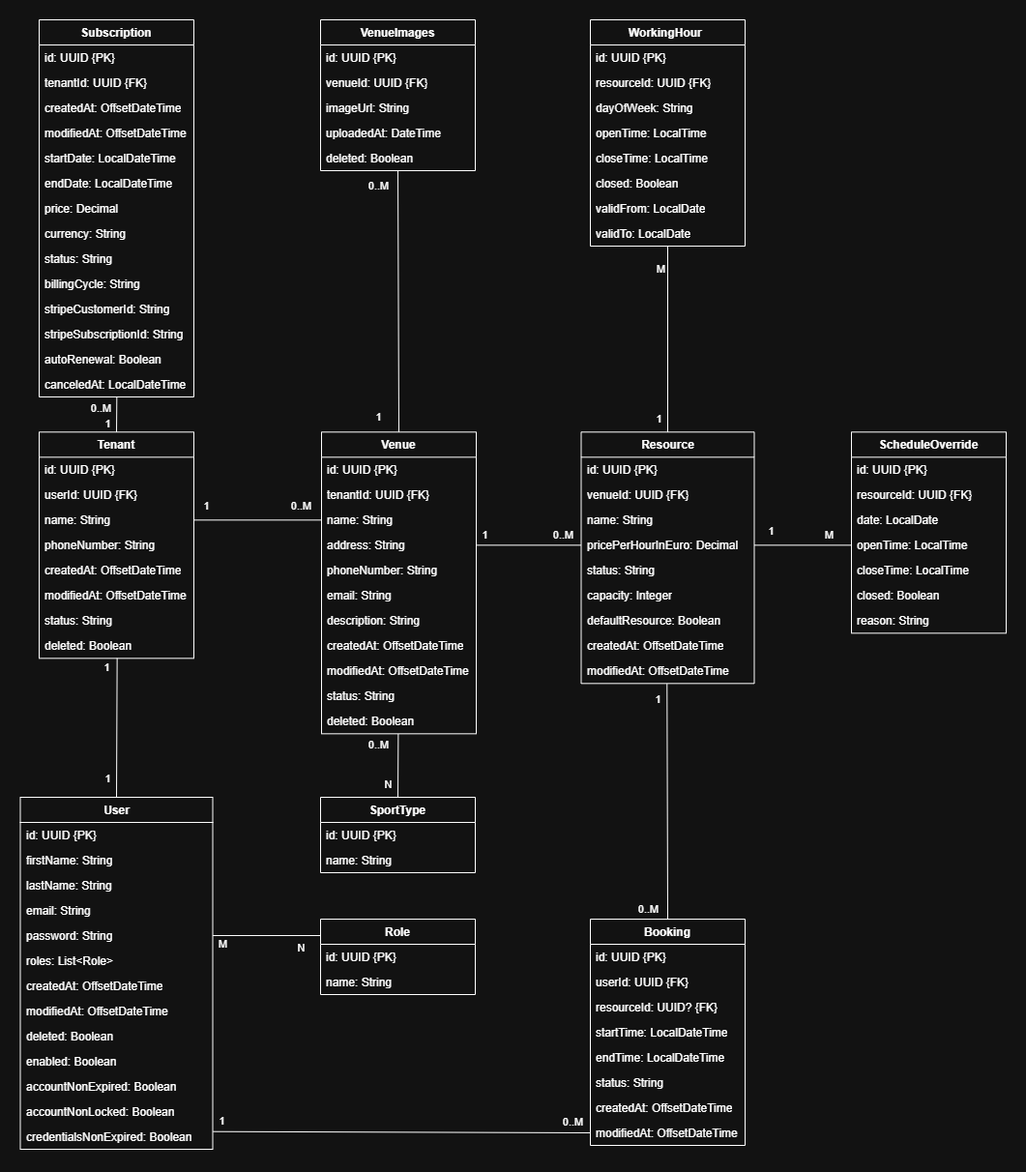
Earlier version of the draw.io export Documents/Class Diagram/Class Diagram.png (Gjxrgj/AtlasSports). Source tidied: cells renumbered, new cells last; positions are measured from the earlier drawing's top-left corner, leaving out a move shared by most shapes.
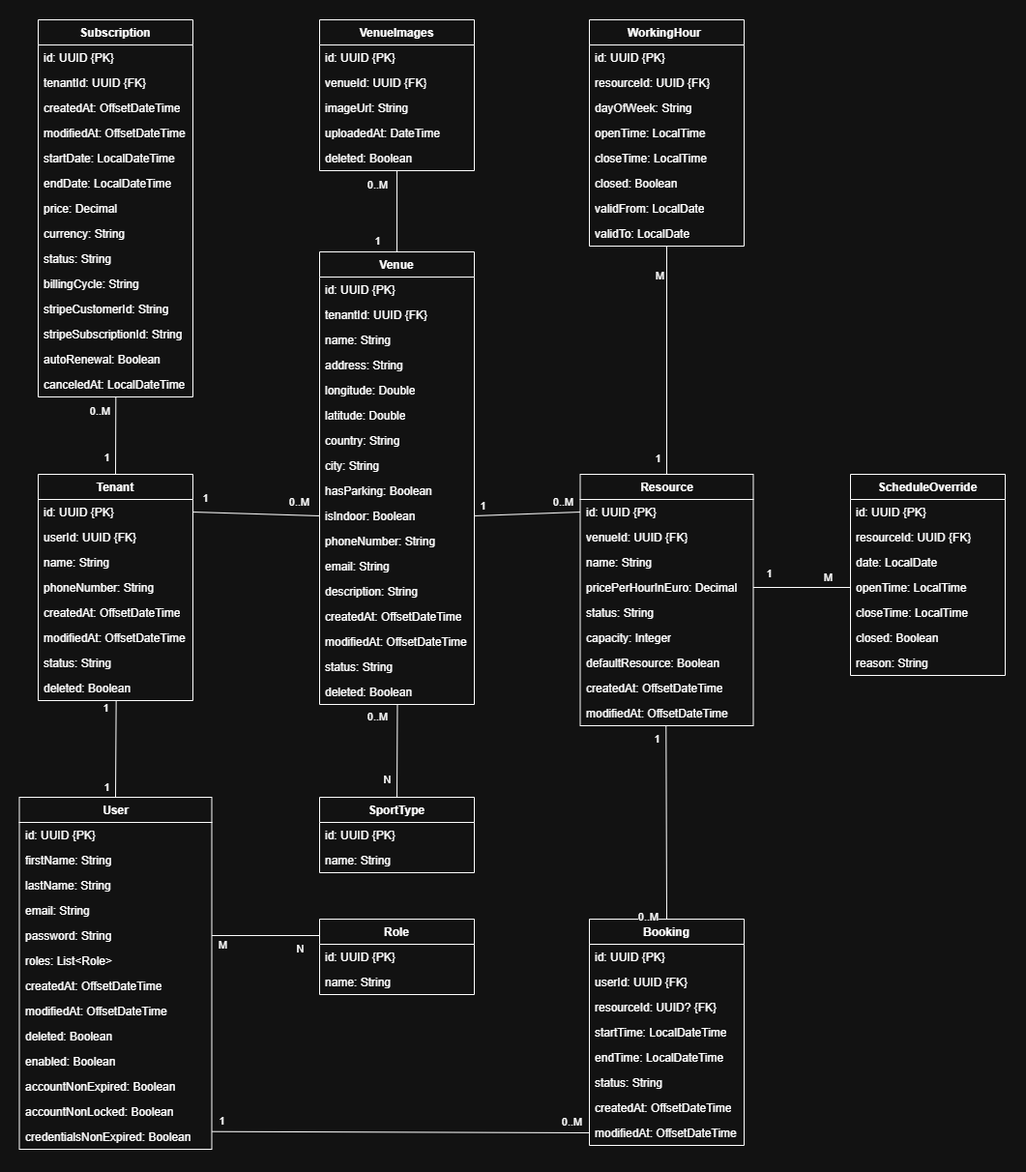
After the change.

Commit message:
[AS-9] - Added the required fields to show venue on map. - Also updated the class diagram

Diff of the diagram source:
```diff
@@ -72,7 +72,7 @@
       <mxGeometry y="208" width="160" height="26" as="geometry" />
     </mxCell>
     <mxCell id="25" value="Tenant" style="swimlane;fontStyle=1;align=center;verticalAlign=top;horizontal=1;startSize=26;whiteSpace=wrap;html=1;" parent="1" vertex="1">
-      <mxGeometry x="20" y="426.3" width="160" height="234" as="geometry" />
+      <mxGeometry x="20" y="470" width="160" height="234" as="geometry" />
     </mxCell>
     <mxCell id="26" value="id: UUID&amp;nbsp;{PK}" style="text;strokeColor=none;fillColor=none;align=left;verticalAlign=top;spacingLeft=4;spacingRight=4;overflow=hidden;points=[[0,0.5],[1,0.5]];portConstraint=eastwest;whiteSpace=wrap;html=1;" parent="25" vertex="1">
       <mxGeometry y="26" width="160" height="26" as="geometry" />
@@ -99,7 +99,7 @@
       <mxGeometry y="208" width="160" height="26" as="geometry" />
     </mxCell>
     <mxCell id="34" value="Venue" style="swimlane;fontStyle=1;align=center;verticalAlign=top;horizontal=1;startSize=26;whiteSpace=wrap;html=1;" parent="1" vertex="1">
-      <mxGeometry x="312" y="426.3" width="160" height="312" as="geometry" />
+      <mxGeometry x="311" y="240" width="160" height="468" as="geometry" />
     </mxCell>
     <mxCell id="35" value="id: UUID&amp;nbsp;{PK}" style="text;strokeColor=none;fillColor=none;align=left;verticalAlign=top;spacingLeft=4;spacingRight=4;overflow=hidden;whiteSpace=wrap;html=1;" parent="34" vertex="1">
       <mxGeometry y="26" width="160" height="26" as="geometry" />
@@ -113,26 +113,44 @@
     <mxCell id="38" value="address: String" style="text;strokeColor=none;fillColor=none;align=left;verticalAlign=top;spacingLeft=4;spacingRight=4;overflow=hidden;points=[[0,0.5],[1,0.5]];portConstraint=eastwest;whiteSpace=wrap;html=1;" parent="34" vertex="1">
       <mxGeometry y="104" width="160" height="26" as="geometry" />
     </mxCell>
+    <mxCell id="133" value="longitude: Double" style="text;strokeColor=none;fillColor=none;align=left;verticalAlign=top;spacingLeft=4;spacingRight=4;overflow=hidden;whiteSpace=wrap;html=1;" parent="34" vertex="1">
+      <mxGeometry y="130" width="160" height="26" as="geometry" />
+    </mxCell>
+    <mxCell id="134" value="latitude: Double" style="text;strokeColor=none;fillColor=none;align=left;verticalAlign=top;spacingLeft=4;spacingRight=4;overflow=hidden;whiteSpace=wrap;html=1;" parent="34" vertex="1">
+      <mxGeometry y="156" width="160" height="26" as="geometry" />
+    </mxCell>
+    <mxCell id="135" value="country: String" style="text;strokeColor=none;fillColor=none;align=left;verticalAlign=top;spacingLeft=4;spacingRight=4;overflow=hidden;whiteSpace=wrap;html=1;" parent="34" vertex="1">
+      <mxGeometry y="182" width="160" height="26" as="geometry" />
+    </mxCell>
+    <mxCell id="136" value="city: String" style="text;strokeColor=none;fillColor=none;align=left;verticalAlign=top;spacingLeft=4;spacingRight=4;overflow=hidden;whiteSpace=wrap;html=1;" parent="34" vertex="1">
+      <mxGeometry y="208" width="160" height="26" as="geometry" />
+    </mxCell>
+    <mxCell id="137" value="hasParking: Boolean" style="text;strokeColor=none;fillColor=none;align=left;verticalAlign=top;spacingLeft=4;spacingRight=4;overflow=hidden;whiteSpace=wrap;html=1;" parent="34" vertex="1">
+      <mxGeometry y="234" width="160" height="26" as="geometry" />
+    </mxCell>
+    <mxCell id="138" value="isIndoor: Boolean" style="text;strokeColor=none;fillColor=none;align=left;verticalAlign=top;spacingLeft=4;spacingRight=4;overflow=hidden;points=[[0,0.5],[1,0.5]];portConstraint=eastwest;whiteSpace=wrap;html=1;" parent="34" vertex="1">
+      <mxGeometry y="260" width="160" height="26" as="geometry" />
+    </mxCell>
     <mxCell id="39" value="phoneNumber: String" style="text;strokeColor=none;fillColor=none;align=left;verticalAlign=top;spacingLeft=4;spacingRight=4;overflow=hidden;whiteSpace=wrap;html=1;" parent="34" vertex="1">
-      <mxGeometry y="130" width="160" height="26" as="geometry" />
+      <mxGeometry y="286" width="160" height="26" as="geometry" />
     </mxCell>
     <mxCell id="40" value="email: String" style="text;strokeColor=none;fillColor=none;align=left;verticalAlign=top;spacingLeft=4;spacingRight=4;overflow=hidden;whiteSpace=wrap;html=1;" parent="34" vertex="1">
-      <mxGeometry y="156" width="160" height="26" as="geometry" />
+      <mxGeometry y="312" width="160" height="26" as="geometry" />
     </mxCell>
     <mxCell id="41" value="description: String" style="text;strokeColor=none;fillColor=none;align=left;verticalAlign=top;spacingLeft=4;spacingRight=4;overflow=hidden;whiteSpace=wrap;html=1;" parent="34" vertex="1">
-      <mxGeometry y="182" width="160" height="26" as="geometry" />
+      <mxGeometry y="338" width="160" height="26" as="geometry" />
     </mxCell>
     <mxCell id="42" value="createdAt: OffsetDateTime" style="text;strokeColor=none;fillColor=none;align=left;verticalAlign=top;spacingLeft=4;spacingRight=4;overflow=hidden;whiteSpace=wrap;html=1;" parent="34" vertex="1">
-      <mxGeometry y="208" width="160" height="26" as="geometry" />
+      <mxGeometry y="364" width="160" height="26" as="geometry" />
     </mxCell>
     <mxCell id="43" value="modifiedAt: OffsetDateTime" style="text;strokeColor=none;fillColor=none;align=left;verticalAlign=top;spacingLeft=4;spacingRight=4;overflow=hidden;whiteSpace=wrap;html=1;" parent="34" vertex="1">
-      <mxGeometry y="234" width="160" height="26" as="geometry" />
+      <mxGeometry y="390" width="160" height="26" as="geometry" />
     </mxCell>
     <mxCell id="44" value="status: String" style="text;strokeColor=none;fillColor=none;align=left;verticalAlign=top;spacingLeft=4;spacingRight=4;overflow=hidden;whiteSpace=wrap;html=1;" parent="34" vertex="1">
-      <mxGeometry y="260" width="160" height="26" as="geometry" />
+      <mxGeometry y="416" width="160" height="26" as="geometry" />
     </mxCell>
     <mxCell id="45" value="deleted: Boolean" style="text;strokeColor=none;fillColor=none;align=left;verticalAlign=top;spacingLeft=4;spacingRight=4;overflow=hidden;points=[[0,0.5],[1,0.5]];portConstraint=eastwest;whiteSpace=wrap;html=1;" parent="34" vertex="1">
-      <mxGeometry y="286" width="160" height="26" as="geometry" />
+      <mxGeometry y="442" width="160" height="26" as="geometry" />
     </mxCell>
     <mxCell id="46" value="Subscription" style="swimlane;fontStyle=1;align=center;verticalAlign=top;horizontal=1;startSize=26;whiteSpace=wrap;html=1;" parent="1" vertex="1">
       <mxGeometry x="20" width="160" height="390" as="geometry" />
@@ -225,7 +243,7 @@
       <mxGeometry y="130" width="160" height="26" as="geometry" />
     </mxCell>
     <mxCell id="76" value="Resource" style="swimlane;fontStyle=1;align=center;verticalAlign=top;horizontal=1;startSize=26;whiteSpace=wrap;html=1;" parent="1" vertex="1">
-      <mxGeometry x="580.5" y="426.3" width="179" height="260" as="geometry" />
+      <mxGeometry x="580.5" y="470" width="179" height="260" as="geometry" />
     </mxCell>
     <mxCell id="77" value="id: UUID&amp;nbsp;{PK}" style="text;strokeColor=none;fillColor=none;align=left;verticalAlign=top;spacingLeft=4;spacingRight=4;overflow=hidden;points=[[0,0.5],[1,0.5]];portConstraint=eastwest;whiteSpace=wrap;html=1;" parent="76" vertex="1">
       <mxGeometry y="26" width="179" height="26" as="geometry" />
@@ -268,15 +286,15 @@
     </mxCell>
     <mxCell id="90" value="1" style="edgeLabel;html=1;align=center;verticalAlign=middle;" parent="89" vertex="1">
       <mxGeometry x="0.88" y="-2" relative="1" as="geometry">
-        <mxPoint x="-19" as="offset" />
+        <mxPoint x="-19" y="-6" as="offset" />
       </mxGeometry>
     </mxCell>
     <mxCell id="91" value="0..M" style="edgeLabel;html=1;align=center;verticalAlign=middle;" parent="89" vertex="1">
       <mxGeometry x="-0.88" relative="1" as="geometry">
-        <mxPoint x="-21" as="offset" />
+        <mxPoint x="-21" y="10" as="offset" />
       </mxGeometry>
     </mxCell>
-    <mxCell id="92" style="endArrow=none;html=1;rounded=0;entryX=0;entryY=0.5;entryDx=0;entryDy=0;exitX=1;exitY=0.5;exitDx=0;exitDy=0;" parent="1" edge="1" source="28" target="37">
+    <mxCell id="92" style="endArrow=none;html=1;rounded=0;entryX=0;entryY=0.5;entryDx=0;entryDy=0;exitX=1;exitY=0.5;exitDx=0;exitDy=0;" parent="1" edge="1" source="26" target="138">
       <mxGeometry relative="1" as="geometry" />
     </mxCell>
     <mxCell id="93" value="0..M" style="edgeLabel;html=1;align=center;verticalAlign=middle;" parent="92" vertex="1">
@@ -289,7 +307,7 @@
         <mxPoint x="-11" y="-16" as="offset" />
       </mxGeometry>
     </mxCell>
-    <mxCell id="95" style="endArrow=none;html=1;rounded=0;exitX=0.5;exitY=0;exitDx=0;exitDy=0;entryX=0.496;entryY=1.01;entryDx=0;entryDy=0;entryPerimeter=0;" parent="1" edge="1" source="86" target="45">
+    <mxCell id="95" style="endArrow=none;html=1;rounded=0;exitX=0.5;exitY=0;exitDx=0;exitDy=0;entryX=0.503;entryY=1;entryDx=0;entryDy=0;entryPerimeter=0;" parent="1" edge="1" source="86" target="45">
       <mxGeometry relative="1" as="geometry" />
     </mxCell>
     <mxCell id="96" value="0..M" style="edgeLabel;html=1;align=center;verticalAlign=middle;" parent="95" vertex="1">
@@ -302,7 +320,7 @@
         <mxPoint x="-12" y="-2" as="offset" />
       </mxGeometry>
     </mxCell>
-    <mxCell id="98" style="endArrow=none;html=1;rounded=0;entryX=1;entryY=0.5;entryDx=0;entryDy=0;exitX=0;exitY=0.5;exitDx=0;exitDy=0;" parent="1" edge="1" source="80" target="38">
+    <mxCell id="98" style="endArrow=none;html=1;rounded=0;entryX=1;entryY=0.5;entryDx=0;entryDy=0;exitX=0;exitY=0.5;exitDx=0;exitDy=0;" parent="1" edge="1" source="77" target="138">
       <mxGeometry relative="1" as="geometry" />
     </mxCell>
     <mxCell id="99" value="1" style="edgeLabel;html=1;align=center;verticalAlign=middle;" parent="98" vertex="1">
@@ -405,7 +423,7 @@
       </mxGeometry>
     </mxCell>
     <mxCell id="122" value="ScheduleOverride" style="swimlane;fontStyle=1;align=center;verticalAlign=top;horizontal=1;startSize=26;whiteSpace=wrap;html=1;" parent="1" vertex="1">
-      <mxGeometry x="860" y="426.3" width="160" height="208" as="geometry" />
+      <mxGeometry x="860" y="470" width="160" height="208" as="geometry" />
     </mxCell>
     <mxCell id="123" value="id: UUID&amp;nbsp;{PK}" style="text;strokeColor=none;fillColor=none;align=left;verticalAlign=top;spacingLeft=4;spacingRight=4;overflow=hidden;whiteSpace=wrap;html=1;" parent="122" vertex="1">
       <mxGeometry y="26" width="160" height="26" as="geometry" />
```
